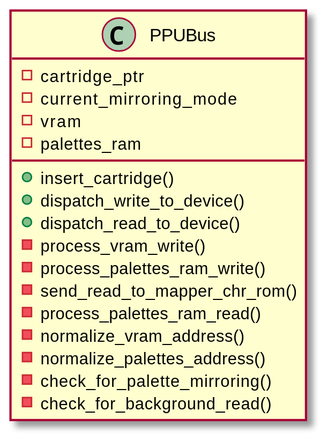
Above: doc/ppu_bus/ppu_bus.svg in Enigma717/yume-nes (PlantUML), before the change.
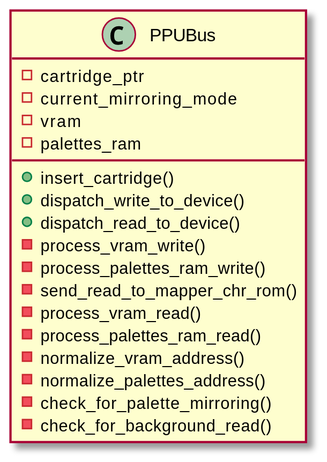
Later version of the same file.

Change to the diagram source:
```diff
@@ -14,6 +14,7 @@
 - process_vram_write()
 - process_palettes_ram_write()
 - send_read_to_mapper_chr_rom()
+- process_vram_read()
 - process_palettes_ram_read()
 - normalize_vram_address()
 - normalize_palettes_address()
```
